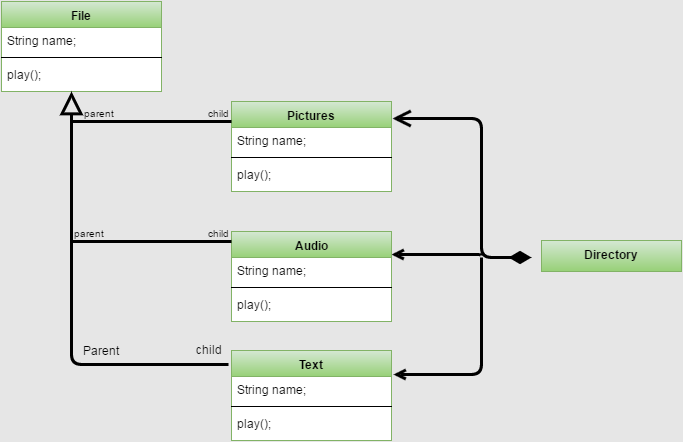
Above: Files.png in GalinaViktorovna/HomeTaskModul2 (draw.io), before the change. Source tidied: cells renumbered, new cells last; positions are measured from the earlier drawing's top-left corner, leaving out a move shared by most shapes.
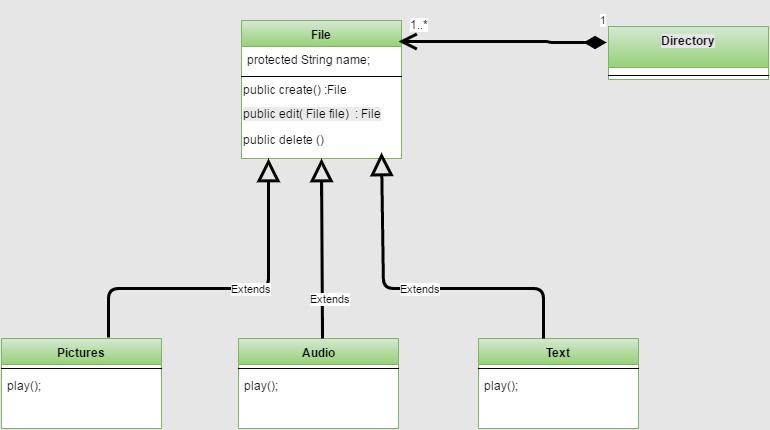
After the change.

Diff of the diagram source:
```diff
@@ -2,137 +2,100 @@
   <root>
     <mxCell id="0" />
     <mxCell id="1" parent="0" />
-    <mxCell id="2" value="Classname" style="swimlane;html=1;fontStyle=1;align=center;verticalAlign=top;horizontal=1;startSize=26;swimlaneFillColor=#ffffff;fillColor=#FFCCE6;gradientColor=#FF3333;" parent="1" vertex="1">
-      <mxGeometry width="160" height="90" as="geometry" />
-    </mxCell>
-    <mxCell id="3" value="+ field: type" style="text;html=1;strokeColor=none;fillColor=none;align=left;verticalAlign=top;spacingLeft=4;spacingRight=4;whiteSpace=wrap;overflow=hidden;" parent="2" vertex="1">
-      <mxGeometry y="26" width="160" height="26" as="geometry" />
-    </mxCell>
-    <mxCell id="4" style="line;html=1;strokeWidth=1;fillColor=none;align=left;verticalAlign=middle;spacingTop=-1;spacingLeft=3;spacingRight=3;labelPosition=right;" parent="2" vertex="1">
-      <mxGeometry y="52" width="160" height="8" as="geometry" />
-    </mxCell>
-    <mxCell id="5" value="+ method(type): type" style="text;html=1;strokeColor=none;fillColor=none;align=left;verticalAlign=top;spacingLeft=4;spacingRight=4;whiteSpace=wrap;overflow=hidden;" parent="2" vertex="1">
-      <mxGeometry y="60" width="160" height="26" as="geometry" />
-    </mxCell>
     <mxCell id="6" value="File" style="swimlane;html=1;fontStyle=1;align=center;verticalAlign=top;horizontal=1;startSize=26;swimlaneFillColor=#ffffff;plain-green;" parent="1" vertex="1">
-      <mxGeometry width="160" height="90" as="geometry" />
+      <mxGeometry x="273" y="22" width="160" height="138" as="geometry" />
     </mxCell>
-    <mxCell id="7" value="String name;&lt;div&gt;&lt;br&gt;&lt;/div&gt;" style="text;html=1;strokeColor=none;fillColor=none;align=left;verticalAlign=top;spacingLeft=4;spacingRight=4;whiteSpace=wrap;overflow=hidden;" parent="6" vertex="1">
+    <mxCell id="7" value="protected String name;&lt;div&gt;&lt;br&gt;&lt;/div&gt;" style="text;html=1;strokeColor=none;fillColor=none;align=left;verticalAlign=top;spacingLeft=4;spacingRight=4;whiteSpace=wrap;overflow=hidden;" parent="6" vertex="1">
       <mxGeometry y="26" width="160" height="26" as="geometry" />
     </mxCell>
     <mxCell id="8" style="line;html=1;strokeWidth=1;fillColor=none;align=left;verticalAlign=middle;spacingTop=-1;spacingLeft=3;spacingRight=3;labelPosition=right;" parent="6" vertex="1">
       <mxGeometry y="52" width="160" height="8" as="geometry" />
     </mxCell>
-    <mxCell id="9" value="play();" style="text;html=1;strokeColor=none;fillColor=none;align=left;verticalAlign=top;spacingLeft=4;spacingRight=4;whiteSpace=wrap;overflow=hidden;" parent="6" vertex="1">
-      <mxGeometry y="60" width="160" height="26" as="geometry" />
-    </mxCell>
-    <mxCell id="10" value="Directory" style="swimlane;html=1;fontStyle=1;align=center;verticalAlign=top;horizontal=1;startSize=31;swimlaneFillColor=#ffffff;plain-green;" parent="1" vertex="1">
-      <mxGeometry x="540" y="239" width="140" height="31" as="geometry" />
-    </mxCell>
-    <mxCell id="11" style="endArrow=open;html=1;endSize=12;startArrow=diamondThin;startSize=14;startFill=1;edgeStyle=orthogonalEdgeStyle;align=left;verticalAlign=bottom;strokeColor=#000000;strokeWidth=3;entryX=1.006;entryY=0.189;entryPerimeter=0;" parent="10" edge="1" target="15">
-      <mxGeometry x="-1" y="3" relative="1" as="geometry">
-        <mxPoint x="-10" y="17" as="sourcePoint" />
-        <Array as="points">
-          <mxPoint x="-60" y="17" />
-          <mxPoint x="-60" y="-122" />
-        </Array>
-      </mxGeometry>
-    </mxCell>
-    <mxCell id="12" style="endArrow=open;endFill=0;html=1;edgeStyle=orthogonalEdgeStyle;align=left;verticalAlign=top;strokeColor=#000000;strokeWidth=3;entryX=1.013;entryY=-0.077;entryPerimeter=0;" parent="10" edge="1" target="24">
-      <mxGeometry x="-1" relative="1" as="geometry">
-        <mxPoint x="-60" y="17" as="sourcePoint" />
-        <Array as="points">
-          <mxPoint x="-60" y="134" />
-        </Array>
-      </mxGeometry>
-    </mxCell>
-    <mxCell id="13" style="endArrow=open;endFill=0;html=1;edgeStyle=orthogonalEdgeStyle;align=left;verticalAlign=top;strokeColor=#000000;strokeWidth=3;entryX=1;entryY=0.25;" parent="10" edge="1" target="19">
-      <mxGeometry x="-1" relative="1" as="geometry">
-        <mxPoint x="-60" y="15" as="sourcePoint" />
-        <Array as="points">
-          <mxPoint x="-60" y="14" />
-          <mxPoint x="-85" y="14" />
-        </Array>
-      </mxGeometry>
-    </mxCell>
-    <mxCell id="14" style="line;html=1;strokeWidth=1;fillColor=none;align=left;verticalAlign=middle;spacingTop=-1;spacingLeft=3;spacingRight=3;labelPosition=right;" parent="10" vertex="1">
-      <mxGeometry y="31" width="140" as="geometry" />
-    </mxCell>
+    <mxCell id="36" value="public create() :File" style="text;html=1;align=left;verticalAlign=top;spacingTop=-4;" parent="6" vertex="1">
+      <mxGeometry y="60" width="160" height="20" as="geometry" />
+    </mxCell>
+    <mxCell id="37" value="&lt;span style=&quot;color: rgb(0 , 0 , 0) ; font-family: &amp;#34;helvetica&amp;#34; ; font-size: 12px ; font-style: normal ; font-variant: normal ; font-weight: normal ; letter-spacing: normal ; line-height: 14.4px ; text-align: left ; text-indent: 0px ; text-transform: none ; white-space: nowrap ; word-spacing: 0px ; display: inline ; float: none ; background-color: rgb(235 , 235 , 235)&quot;&gt;public edit( File file) &amp;nbsp;: File&lt;/span&gt;" style="text;html=1;" parent="6" vertex="1">
+      <mxGeometry y="80" width="160" height="30" as="geometry" />
+    </mxCell>
+    <mxCell id="38" value="public delete ()" style="text;html=1;points=[];align=left;verticalAlign=top;spacingTop=-4;" parent="6" vertex="1">
+      <mxGeometry y="110" width="160" height="20" as="geometry" />
+    </mxCell>
     <mxCell id="15" value="Pictures" style="swimlane;html=1;fontStyle=1;align=center;verticalAlign=top;horizontal=1;startSize=26;swimlaneFillColor=#ffffff;plain-green;" parent="1" vertex="1">
-      <mxGeometry x="230" y="100" width="160" height="90" as="geometry" />
+      <mxGeometry x="33" y="340" width="160" height="90" as="geometry" />
     </mxCell>
-    <mxCell id="16" value="&lt;span&gt;String name;&lt;/span&gt;&lt;div&gt;&lt;span&gt;&lt;br&gt;&lt;/span&gt;&lt;/div&gt;" style="text;html=1;strokeColor=none;fillColor=none;align=left;verticalAlign=top;spacingLeft=4;spacingRight=4;whiteSpace=wrap;overflow=hidden;" parent="15" vertex="1">
-      <mxGeometry y="26" width="160" height="26" as="geometry" />
-    </mxCell>
     <mxCell id="17" style="line;html=1;strokeWidth=1;fillColor=none;align=left;verticalAlign=middle;spacingTop=-1;spacingLeft=3;spacingRight=3;labelPosition=right;" parent="15" vertex="1">
-      <mxGeometry y="52" width="160" height="8" as="geometry" />
+      <mxGeometry y="26" width="160" height="8" as="geometry" />
     </mxCell>
     <mxCell id="18" value="&lt;span&gt;play();&lt;/span&gt;" style="text;html=1;strokeColor=none;fillColor=none;align=left;verticalAlign=top;spacingLeft=4;spacingRight=4;whiteSpace=wrap;overflow=hidden;" parent="15" vertex="1">
-      <mxGeometry y="60" width="160" height="26" as="geometry" />
+      <mxGeometry y="34" width="160" height="26" as="geometry" />
     </mxCell>
     <mxCell id="19" value="Audio" style="swimlane;html=1;fontStyle=1;align=center;verticalAlign=top;horizontal=1;startSize=26;swimlaneFillColor=#ffffff;plain-green;" parent="1" vertex="1">
-      <mxGeometry x="230" y="230" width="160" height="90" as="geometry" />
+      <mxGeometry x="270" y="340" width="160" height="90" as="geometry" />
     </mxCell>
-    <mxCell id="20" value="&lt;span&gt;String name;&lt;/span&gt;&lt;div&gt;&lt;span&gt;&lt;br&gt;&lt;/span&gt;&lt;/div&gt;" style="text;html=1;strokeColor=none;fillColor=none;align=left;verticalAlign=top;spacingLeft=4;spacingRight=4;whiteSpace=wrap;overflow=hidden;" parent="19" vertex="1">
-      <mxGeometry y="26" width="160" height="26" as="geometry" />
-    </mxCell>
     <mxCell id="21" style="line;html=1;strokeWidth=1;fillColor=none;align=left;verticalAlign=middle;spacingTop=-1;spacingLeft=3;spacingRight=3;labelPosition=right;" parent="19" vertex="1">
-      <mxGeometry y="52" width="160" height="8" as="geometry" />
+      <mxGeometry y="26" width="160" height="8" as="geometry" />
     </mxCell>
     <mxCell id="22" value="&lt;span&gt;play();&lt;/span&gt;" style="text;html=1;strokeColor=none;fillColor=none;align=left;verticalAlign=top;spacingLeft=4;spacingRight=4;whiteSpace=wrap;overflow=hidden;" parent="19" vertex="1">
-      <mxGeometry y="60" width="160" height="26" as="geometry" />
+      <mxGeometry y="34" width="160" height="26" as="geometry" />
     </mxCell>
     <mxCell id="23" value="Text" style="swimlane;html=1;fontStyle=1;align=center;verticalAlign=top;horizontal=1;startSize=26;swimlaneFillColor=#ffffff;plain-green;" parent="1" vertex="1">
-      <mxGeometry x="230" y="349" width="160" height="90" as="geometry" />
+      <mxGeometry x="510" y="340" width="160" height="90" as="geometry" />
     </mxCell>
-    <mxCell id="24" value="&lt;span&gt;String name;&lt;/span&gt;&lt;div&gt;&lt;span&gt;&lt;br&gt;&lt;/span&gt;&lt;/div&gt;" style="text;html=1;strokeColor=none;fillColor=none;align=left;verticalAlign=top;spacingLeft=4;spacingRight=4;whiteSpace=wrap;overflow=hidden;points=[[0,0.5],[1,0.5]];portConstraint=eastwest;" parent="23" vertex="1">
-      <mxGeometry y="26" width="160" height="26" as="geometry" />
-    </mxCell>
-    <mxCell id="25" style="endArrow=block;endSize=16;endFill=0;html=1;strokeColor=#000000;strokeWidth=3;align=left;exitX=-0.019;exitY=0.156;exitPerimeter=0;" parent="23" edge="1" source="23">
-      <mxGeometry relative="1" as="geometry">
-        <mxPoint x="-160" y="-259" as="targetPoint" />
-        <Array as="points">
-          <mxPoint x="-160" y="14" />
-        </Array>
-      </mxGeometry>
-    </mxCell>
     <mxCell id="26" style="line;html=1;strokeWidth=1;fillColor=none;align=left;verticalAlign=middle;spacingTop=-1;spacingLeft=3;spacingRight=3;labelPosition=right;" parent="23" vertex="1">
-      <mxGeometry y="52" width="160" height="8" as="geometry" />
+      <mxGeometry y="26" width="160" height="8" as="geometry" />
     </mxCell>
     <mxCell id="27" value="&lt;span&gt;play();&lt;/span&gt;" style="text;html=1;strokeColor=none;fillColor=none;align=left;verticalAlign=top;spacingLeft=4;spacingRight=4;whiteSpace=wrap;overflow=hidden;" parent="23" vertex="1">
-      <mxGeometry y="60" width="160" height="26" as="geometry" />
+      <mxGeometry y="34" width="160" height="26" as="geometry" />
     </mxCell>
-    <mxCell id="28" style="endArrow=none;html=1;edgeStyle=orthogonalEdgeStyle;strokeColor=#000000;strokeWidth=3;align=left;" parent="1" edge="1">
-      <mxGeometry relative="1" as="geometry">
-        <mxPoint x="70" y="240" as="sourcePoint" />
-        <mxPoint x="230" y="240" as="targetPoint" />
-      </mxGeometry>
-    </mxCell>
-    <mxCell id="29" value="parent" style="html=1;align=left;verticalAlign=bottom;labelBackgroundColor=#E6E6E6;fontSize=10;" parent="28" vertex="1">
-      <mxGeometry x="-1" relative="1" as="geometry" />
-    </mxCell>
-    <mxCell id="30" value="child" style="html=1;align=right;verticalAlign=bottom;labelBackgroundColor=#E6E6E6;fontSize=10;" parent="28" vertex="1">
-      <mxGeometry x="1" relative="1" as="geometry" />
-    </mxCell>
-    <mxCell id="31" style="endArrow=none;html=1;edgeStyle=orthogonalEdgeStyle;strokeColor=#000000;strokeWidth=3;align=left;" parent="1" edge="1">
-      <mxGeometry relative="1" as="geometry">
-        <mxPoint x="70" y="120" as="sourcePoint" />
-        <mxPoint x="230" y="120" as="targetPoint" />
-      </mxGeometry>
-    </mxCell>
-    <mxCell id="32" value="parent" style="html=1;align=left;verticalAlign=bottom;labelBackgroundColor=#E6E6E6;fontSize=10;" parent="31" vertex="1">
-      <mxGeometry x="-1" relative="1" as="geometry">
-        <mxPoint x="10" as="offset" />
-      </mxGeometry>
-    </mxCell>
-    <mxCell id="33" value="child" style="html=1;align=right;verticalAlign=bottom;labelBackgroundColor=#E6E6E6;fontSize=10;" parent="31" vertex="1">
-      <mxGeometry x="1" relative="1" as="geometry" />
-    </mxCell>
-    <mxCell id="34" value="child" style="text;html=1;align=left;verticalAlign=top;spacingTop=-4;" parent="1" vertex="1">
-      <mxGeometry x="193" y="339" width="40" height="20" as="geometry" />
-    </mxCell>
-    <mxCell id="35" value="Parent" style="text;html=1;align=left;verticalAlign=top;spacingTop=-4;" parent="1" vertex="1">
-      <mxGeometry x="80" y="340" width="50" height="20" as="geometry" />
-    </mxCell>
+    <mxCell id="39" value="Extends" style="endArrow=block;endSize=16;endFill=0;html=1;strokeColor=#000000;strokeWidth=3;align=left;exitX=0.669;exitY=-0.011;exitPerimeter=0;" parent="1" edge="1" source="15">
+      <mxGeometry relative="1" as="geometry">
+        <mxPoint x="300" y="160" as="targetPoint" />
+        <Array as="points">
+          <mxPoint x="140" y="290" />
+          <mxPoint x="300" y="290" />
+        </Array>
+      </mxGeometry>
+    </mxCell>
+    <mxCell id="40" value="Extends" style="endArrow=block;endSize=16;endFill=0;html=1;strokeColor=#000000;strokeWidth=3;align=left;entryX=0.875;entryY=1.1;entryPerimeter=0;" parent="1" edge="1" target="38">
+      <mxGeometry x="0.13" relative="1" as="geometry">
+        <mxPoint x="575" y="340" as="sourcePoint" />
+        <Array as="points">
+          <mxPoint x="575" y="290" />
+          <mxPoint x="415" y="290" />
+        </Array>
+      </mxGeometry>
+    </mxCell>
+    <mxCell id="41" value="Extends" style="endArrow=block;endSize=16;endFill=0;html=1;strokeColor=#000000;strokeWidth=3;align=left;entryX=0.5;entryY=1;" parent="1" edge="1" target="6">
+      <mxGeometry x="-0.55" y="14" relative="1" as="geometry">
+        <mxPoint x="354" y="340" as="sourcePoint" />
+        <Array as="points">
+          <mxPoint x="354" y="340" />
+        </Array>
+      </mxGeometry>
+    </mxCell>
+    <mxCell id="10" value="Directory" style="swimlane;html=1;fontStyle=1;align=center;verticalAlign=top;horizontal=1;startSize=41;swimlaneFillColor=#ffffff;labelBackgroundColor=#E6E6E6;plain-green;" parent="1" vertex="1">
+      <mxGeometry x="640" y="28" width="160" height="53" as="geometry" />
+    </mxCell>
+    <mxCell id="3" value="+ field: type" style="text;html=1;strokeColor=none;fillColor=none;align=left;verticalAlign=top;spacingLeft=4;spacingRight=4;whiteSpace=wrap;overflow=hidden;" parent="10" vertex="1">
+      <mxGeometry y="41" width="160" height="4" as="geometry" />
+    </mxCell>
+    <mxCell id="42" style="line;html=1;strokeWidth=1;fillColor=none;align=left;verticalAlign=middle;spacingTop=-1;spacingLeft=3;spacingRight=3;labelPosition=right;" parent="10" vertex="1">
+      <mxGeometry y="45" width="160" height="8" as="geometry" />
+    </mxCell>
+    <mxCell id="43" value="1" style="endArrow=open;html=1;endSize=12;startArrow=diamondThin;startSize=14;startFill=1;edgeStyle=orthogonalEdgeStyle;align=left;verticalAlign=bottom;strokeColor=#000000;strokeWidth=3;entryX=0.981;entryY=0.152;entryPerimeter=0;" parent="1" edge="1" target="6">
+      <mxGeometry x="-0.92" y="-14" relative="1" as="geometry">
+        <mxPoint x="638" y="44" as="sourcePoint" />
+        <Array as="points">
+          <mxPoint x="580" y="44" />
+          <mxPoint x="580" y="43" />
+        </Array>
+      </mxGeometry>
+    </mxCell>
+    <mxCell id="44" value="&lt;font face=&quot;helvetica&quot; style=&quot;background-color: rgb(255 , 255 , 255)&quot;&gt;1..*&lt;/font&gt;" style="text;html=1;" parent="1" vertex="1">
+      <mxGeometry x="440" y="13" width="50" height="30" as="geometry" />
+    </mxCell>
+    <mxCell id="45" style="edgeStyle=orthogonalEdgeStyle;html=1;exitX=0.5;exitY=0;entryX=0.5;entryY=0;startArrow=diamond;startFill=1;startSize=14;endArrow=block;endFill=0;endSize=17;strokeColor=#000000;strokeWidth=3;align=left;" parent="1" edge="1" source="6" target="6">
+      <mxGeometry relative="1" as="geometry" />
+    </mxCell>
   </root>
 </mxGraphModel>
```
